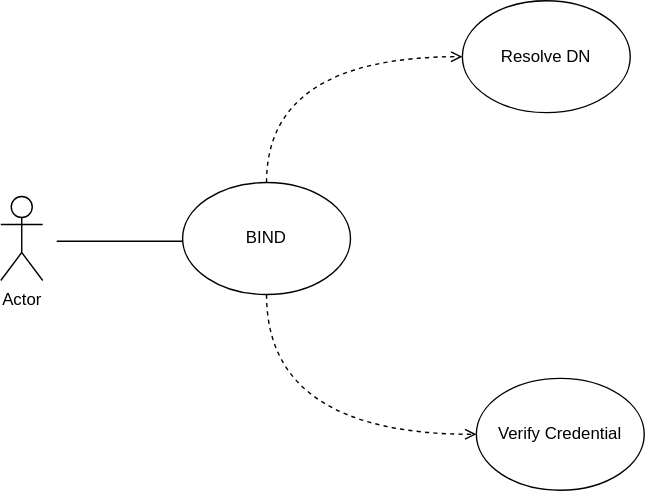
This is images/Use Case 1 - Bind.drawio.svg from bartelsjoshuac/SAPG, a draw.io export, as it was before one commit. Source tidied: cells renumbered, new cells last; positions are measured from the earlier drawing's top-left corner, leaving out a move shared by most shapes.
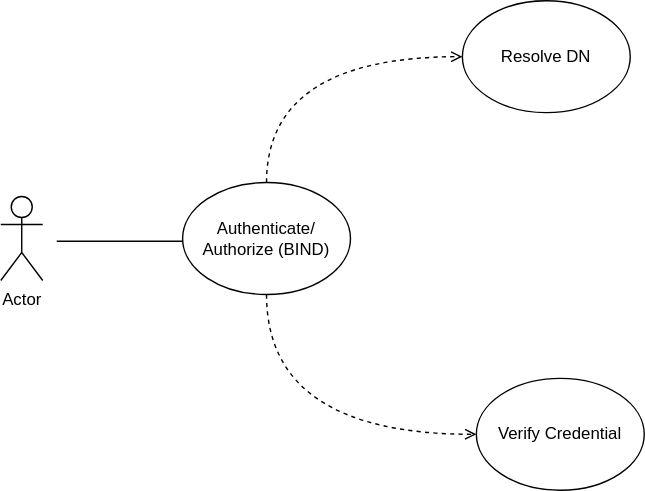
The same diagram one commit later.

What changed in the source:
```diff
@@ -11,7 +11,7 @@
     <mxCell id="3" style="edgeStyle=orthogonalEdgeStyle;rounded=1;jettySize=auto;html=1;entryX=0;entryY=0.5;entryDx=0;entryDy=0;dashed=1;strokeWidth=1;endFill=0;endArrow=open;curved=1;exitX=0.5;exitY=0;exitDx=0;exitDy=0;" parent="1" edge="1" source="4" target="7">
       <mxGeometry relative="1" as="geometry" />
     </mxCell>
-    <mxCell id="4" value="BIND" style="ellipse;whiteSpace=wrap;html=1;fillColor=#FFFFFF;" parent="1" vertex="1">
+    <mxCell id="4" value="Authenticate/&lt;br&gt;Authorize (BIND)" style="ellipse;whiteSpace=wrap;html=1;fillColor=#FFFFFF;" parent="1" vertex="1">
       <mxGeometry x="130" y="130" width="120" height="80" as="geometry" />
     </mxCell>
     <mxCell id="5" value="Verify Credential" style="ellipse;whiteSpace=wrap;html=1;fillColor=#FFFFFF;" parent="1" vertex="1">
```
